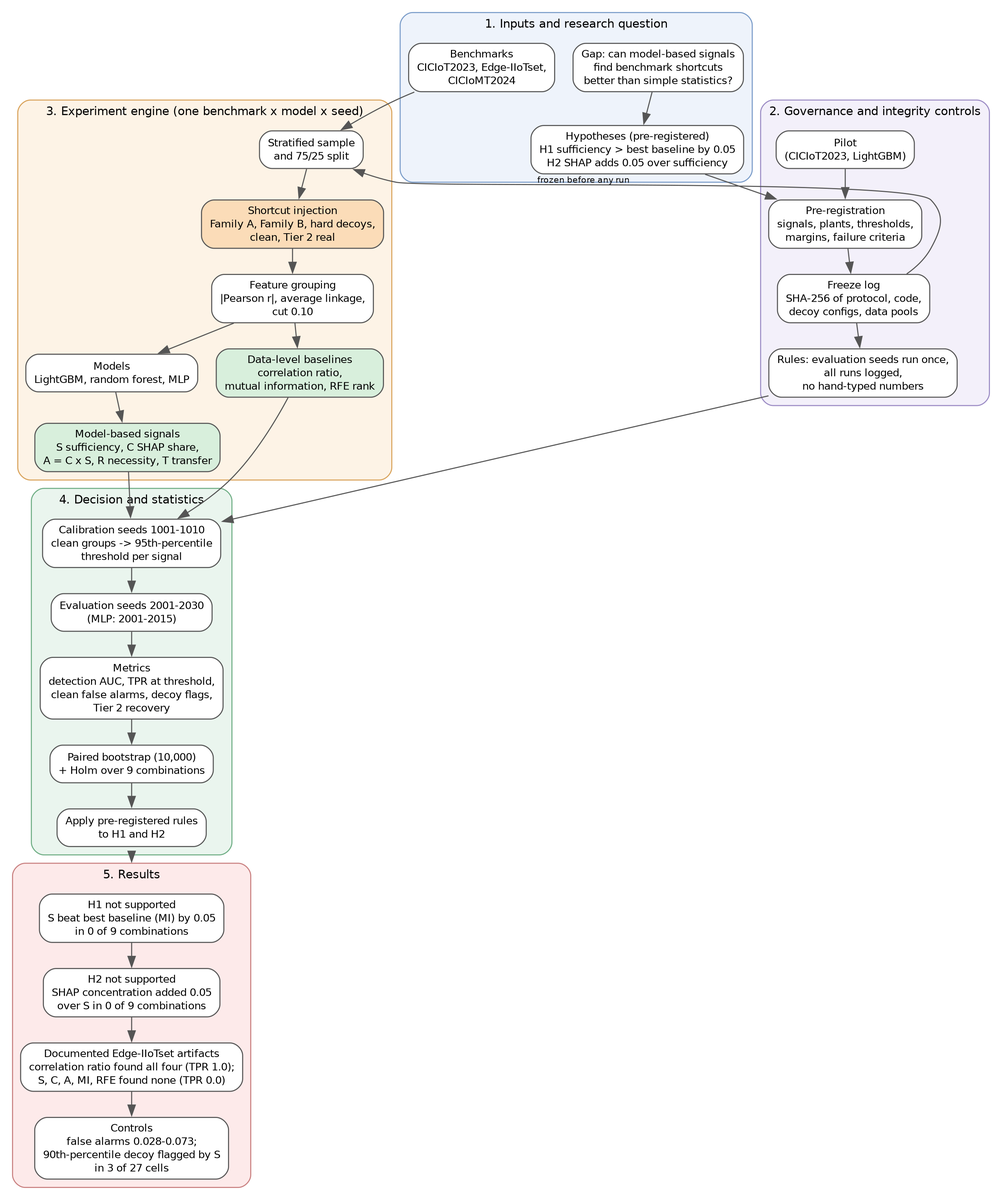
Before: figures/fig1_system.png, a diagram exported from Graphviz (Ajay102456/Shortcuts). Its source is kept beside it as figures/fig1_system.dot. Source of this version:
```dot
digraph A{
rankdir=TB; compound=true; nodesep=0.25; ranksep=0.35; fontname="Helvetica";
node[shape=box,style="rounded,filled",fontname="Helvetica",fontsize=10,fillcolor="white",color="#555555"];
edge[fontname="Helvetica",fontsize=8,color="#555555"];

subgraph cluster_in{label="1. Inputs and research question";style="rounded,filled";fillcolor="#eef3fb";color="#7a9cc9";fontsize=11;
 gap[label="Gap: can model-based signals\nfind benchmark shortcuts\nbetter than simple statistics?"];
 hyp[label="Hypotheses (pre-registered)\nH1 sufficiency > best baseline by 0.05\nH2 SHAP adds 0.05 over sufficiency"];
 data[label="Benchmarks\nCICIoT2023, Edge-IIoTset,\nCICIoMT2024"];
 gap->hyp;}

subgraph cluster_gov{label="2. Governance and integrity controls";style="rounded,filled";fillcolor="#f3f0fa";color="#9b8bc4";fontsize=11;
 pilot[label="Pilot\n(CICIoT2023, LightGBM)"];
 prereg[label="Pre-registration\nsignals, plants, thresholds,\nmargins, failure criteria"];
 freeze[label="Freeze log\nSHA-256 of protocol, code,\ndecoy configs, data pools"];
 once[label="Rules: evaluation seeds run once,\nall runs logged,\nno hand-typed numbers"];
 pilot->prereg->freeze->once;}

subgraph cluster_exp{label="3. Experiment engine (one benchmark x model x seed)";style="rounded,filled";fillcolor="#fdf3e6";color="#d9a35b";fontsize=11;
 samp[label="Stratified sample\nand 75/25 split"];
 plant[label="Shortcut injection\nFamily A, Family B, hard decoys,\nclean, Tier 2 real",fillcolor="#fbdcb8"];
 grp[label="Feature grouping\n|Pearson r|, average linkage,\ncut 0.10"];
 mod[label="Models\nLightGBM, random forest, MLP"];
 sig[label="Model-based signals\nS sufficiency, C SHAP share,\nA = C x S, R necessity, T transfer",fillcolor="#d8efdc"];
 base[label="Data-level baselines\ncorrelation ratio,\nmutual information, RFE rank",fillcolor="#d8efdc"];
 samp->plant->grp->mod->sig; grp->base;}

subgraph cluster_dec{label="4. Decision and statistics";style="rounded,filled";fillcolor="#eaf5ee";color="#6fae85";fontsize=11;
 cal[label="Calibration seeds 1001-1010\nclean groups -> 95th-percentile\nthreshold per signal"];
 evals[label="Evaluation seeds 2001-2030\n(MLP: 2001-2015)"];
 met[label="Metrics\ndetection AUC, TPR at threshold,\nclean false alarms, decoy flags,\nTier 2 recovery"];
 stat[label="Paired bootstrap (10,000)\n+ Holm over 9 combinations"];
 rule[label="Apply pre-registered rules\nto H1 and H2"];
 cal->evals->met->stat->rule;}

subgraph cluster_rep{label="5. Results";style="rounded,filled";fillcolor="#fdeaea";color="#c98080";fontsize=11;
 r1[label="H1 not supported\nS beat best baseline (MI) by 0.05\nin 0 of 9 combinations"];
 r2[label="H2 not supported\nSHAP concentration added 0.05\nover S in 0 of 9 combinations"];
 r3[label="Documented Edge-IIoTset artifacts\ncorrelation ratio found all four (TPR 1.0);\nS, C, A, MI, RFE found none (TPR 0.0)"];
 r4[label="Controls\nfalse alarms 0.028-0.073;\n90th-percentile decoy flagged by S\nin 3 of 27 cells"];
 r1->r2->r3->r4;}

hyp->prereg; data->samp; once->cal[constraint=false];
freeze->samp[xlabel="frozen before any run",constraint=false];
sig->cal; base->cal;
rule->r1[ltail=cluster_dec,lhead=cluster_rep];
}
```
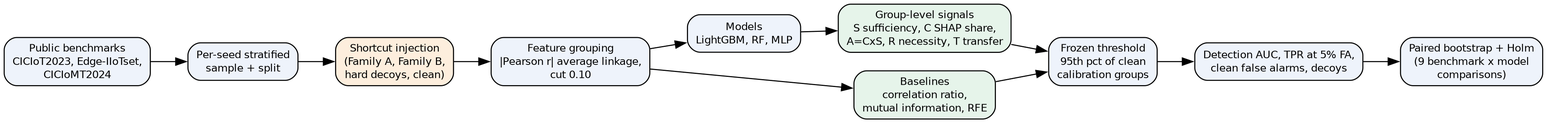
Above is the later version.

Change to the diagram source:
```diff
@@ -1,47 +1,12 @@
-digraph A{
-rankdir=TB; compound=true; nodesep=0.25; ranksep=0.35; fontname="Helvetica";
-node[shape=box,style="rounded,filled",fontname="Helvetica",fontsize=10,fillcolor="white",color="#555555"];
-edge[fontname="Helvetica",fontsize=8,color="#555555"];
-
-subgraph cluster_in{label="1. Inputs and research question";style="rounded,filled";fillcolor="#eef3fb";color="#7a9cc9";fontsize=11;
- gap[label="Gap: can model-based signals\nfind benchmark shortcuts\nbetter than simple statistics?"];
- hyp[label="Hypotheses (pre-registered)\nH1 sufficiency > best baseline by 0.05\nH2 SHAP adds 0.05 over sufficiency"];
- data[label="Benchmarks\nCICIoT2023, Edge-IIoTset,\nCICIoMT2024"];
- gap->hyp;}
-
-subgraph cluster_gov{label="2. Governance and integrity controls";style="rounded,filled";fillcolor="#f3f0fa";color="#9b8bc4";fontsize=11;
- pilot[label="Pilot\n(CICIoT2023, LightGBM)"];
- prereg[label="Pre-registration\nsignals, plants, thresholds,\nmargins, failure criteria"];
- freeze[label="Freeze log\nSHA-256 of protocol, code,\ndecoy configs, data pools"];
- once[label="Rules: evaluation seeds run once,\nall runs logged,\nno hand-typed numbers"];
- pilot->prereg->freeze->once;}
-
-subgraph cluster_exp{label="3. Experiment engine (one benchmark x model x seed)";style="rounded,filled";fillcolor="#fdf3e6";color="#d9a35b";fontsize=11;
- samp[label="Stratified sample\nand 75/25 split"];
- plant[label="Shortcut injection\nFamily A, Family B, hard decoys,\nclean, Tier 2 real",fillcolor="#fbdcb8"];
- grp[label="Feature grouping\n|Pearson r|, average linkage,\ncut 0.10"];
- mod[label="Models\nLightGBM, random forest, MLP"];
- sig[label="Model-based signals\nS sufficiency, C SHAP share,\nA = C x S, R necessity, T transfer",fillcolor="#d8efdc"];
- base[label="Data-level baselines\ncorrelation ratio,\nmutual information, RFE rank",fillcolor="#d8efdc"];
- samp->plant->grp->mod->sig; grp->base;}
-
-subgraph cluster_dec{label="4. Decision and statistics";style="rounded,filled";fillcolor="#eaf5ee";color="#6fae85";fontsize=11;
- cal[label="Calibration seeds 1001-1010\nclean groups -> 95th-percentile\nthreshold per signal"];
- evals[label="Evaluation seeds 2001-2030\n(MLP: 2001-2015)"];
- met[label="Metrics\ndetection AUC, TPR at threshold,\nclean false alarms, decoy flags,\nTier 2 recovery"];
- stat[label="Paired bootstrap (10,000)\n+ Holm over 9 combinations"];
- rule[label="Apply pre-registered rules\nto H1 and H2"];
- cal->evals->met->stat->rule;}
-
-subgraph cluster_rep{label="5. Results";style="rounded,filled";fillcolor="#fdeaea";color="#c98080";fontsize=11;
- r1[label="H1 not supported\nS beat best baseline (MI) by 0.05\nin 0 of 9 combinations"];
- r2[label="H2 not supported\nSHAP concentration added 0.05\nover S in 0 of 9 combinations"];
- r3[label="Documented Edge-IIoTset artifacts\ncorrelation ratio found all four (TPR 1.0);\nS, C, A, MI, RFE found none (TPR 0.0)"];
- r4[label="Controls\nfalse alarms 0.028-0.073;\n90th-percentile decoy flagged by S\nin 3 of 27 cells"];
- r1->r2->r3->r4;}
-
-hyp->prereg; data->samp; once->cal[constraint=false];
-freeze->samp[xlabel="frozen before any run",constraint=false];
-sig->cal; base->cal;
-rule->r1[ltail=cluster_dec,lhead=cluster_rep];
-}
+digraph G{rankdir=LR;node[shape=box,style="rounded,filled",fillcolor="#eef3fb",fontname="Helvetica",fontsize=10];edge[fontname="Helvetica",fontsize=8];
+raw[label="Public benchmarks\nCICIoT2023, Edge-IIoTset,\nCICIoMT2024"];pool[label="Per-seed stratified\nsample + split"];
+plant[label="Shortcut injection\n(Family A, Family B,\nhard decoys, clean)",fillcolor="#fdeedd"];
+grp[label="Feature grouping\n|Pearson r| average linkage,\ncut 0.10"];
+mod[label="Models\nLightGBM, RF, MLP"];
+sig[label="Group-level signals\nS sufficiency, C SHAP share,\nA=CxS, R necessity, T transfer",fillcolor="#e6f4ea"];
+base[label="Baselines\ncorrelation ratio,\nmutual information, RFE",fillcolor="#e6f4ea"];
+thr[label="Frozen threshold\n95th pct of clean\ncalibration groups"];
+ev[label="Detection AUC, TPR at 5% FA,\nclean false alarms, decoys"];
+st[label="Paired bootstrap + Holm\n(9 benchmark x model\ncomparisons)"];
+raw->pool->plant->grp->mod->sig;grp->base;sig->thr;base->thr;thr->ev->st;
+{rank=same;sig;base}}
```
